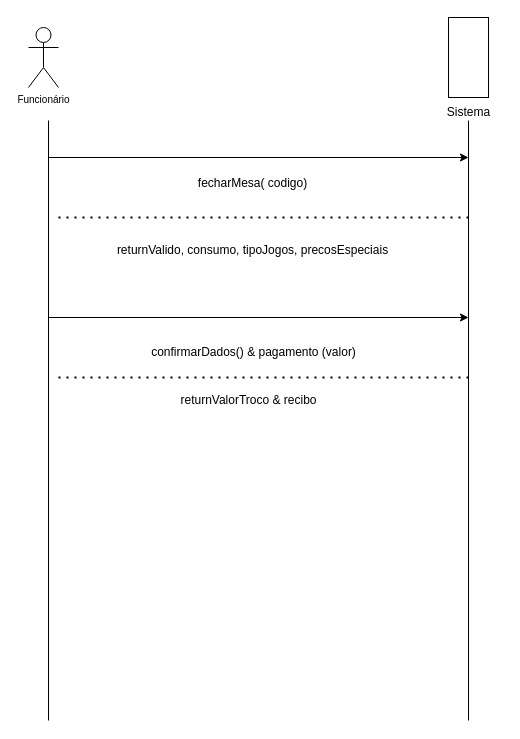
Above: ssd9.drawio in luccamarshall/DCO (draw.io), before the change. Source tidied: cells renumbered, new cells numbered last; positions are measured from the earlier drawing's top-left corner, leaving out a move shared by most shapes. Both pictures are drawn from the tidied source at 100%, with x=0, y=0 at pixel (28, 27).
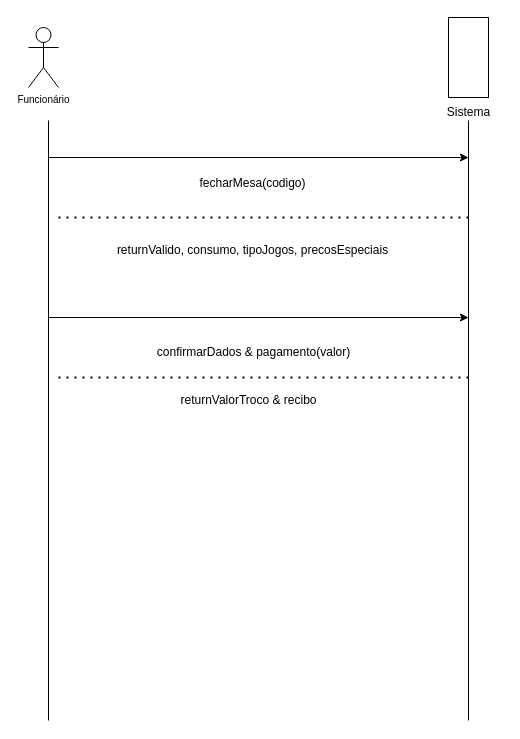
After the change.

Change to the diagram source:
```diff
@@
-    <mxCell id="5" value="fecharMesa( codigo)" style="text;html=1;align=center;verticalAlign=middle;strokeColor=none;fillColor=none;" parent="1" vertex="1">
+    <mxCell id="5" value="fecharMesa(codigo)" style="text;html=1;align=center;verticalAlign=middle;strokeColor=none;fillColor=none;" parent="1" vertex="1">
       <mxGeometry x="159" y="141" width="130" height="30" as="geometry" />
     </mxCell>
@@
-    <mxCell id="12" value="confirmarDados() &amp;amp; pagamento (valor)" style="text;html=1;align=center;verticalAlign=middle;strokeColor=none;fillColor=none;" parent="1" vertex="1">
-      <mxGeometry x="110" y="310" width="230" height="30" as="geometry" />
+    <mxCell id="12" value="confirmarDados &amp;amp; pagamento(valor)" style="text;html=1;align=center;verticalAlign=middle;strokeColor=none;fillColor=none;" parent="1" vertex="1">
+      <mxGeometry x="115" y="310" width="220" height="30" as="geometry" />
     </mxCell>
```
